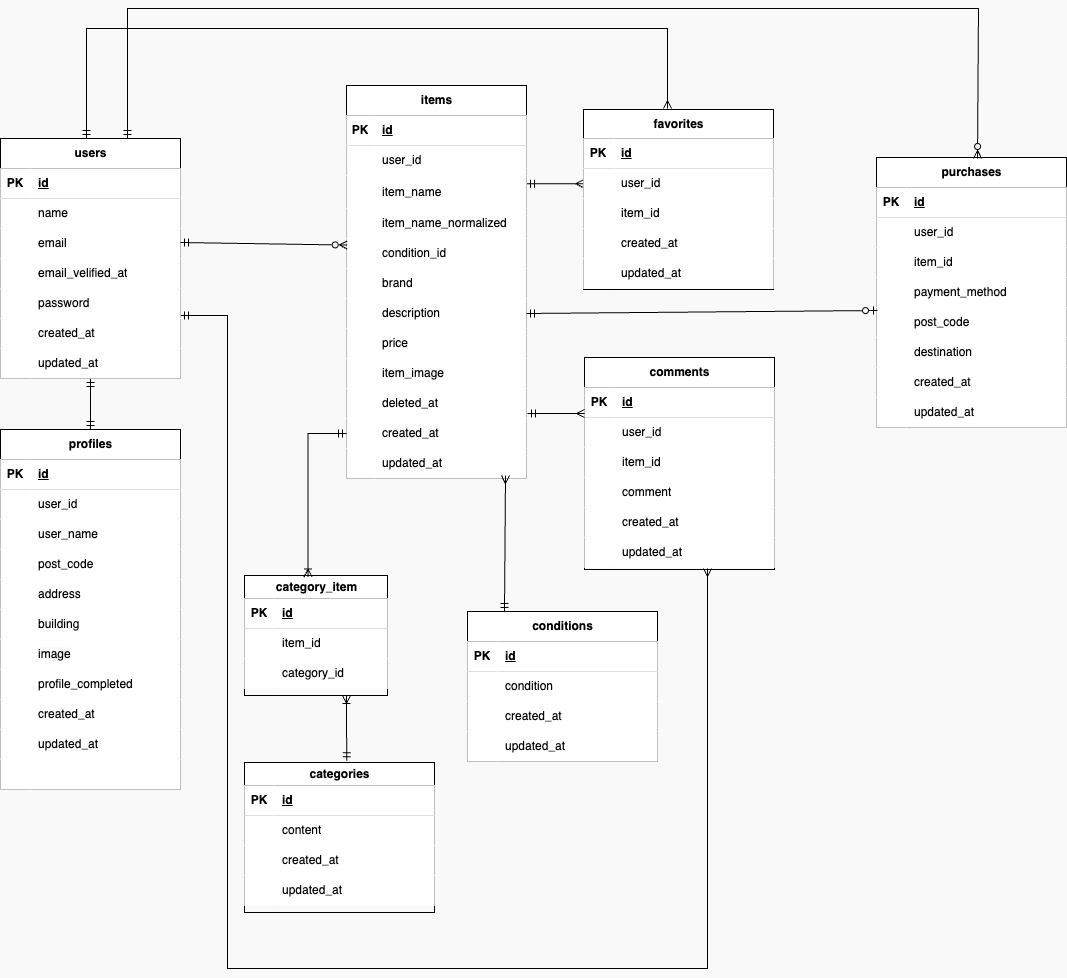
The draw.io diagram index.png in okumurachie/Flea-market, before a commit. Source tidied: cells renumbered, new cells last; positions are measured from the earlier drawing's top-left corner, leaving out a move shared by most shapes.
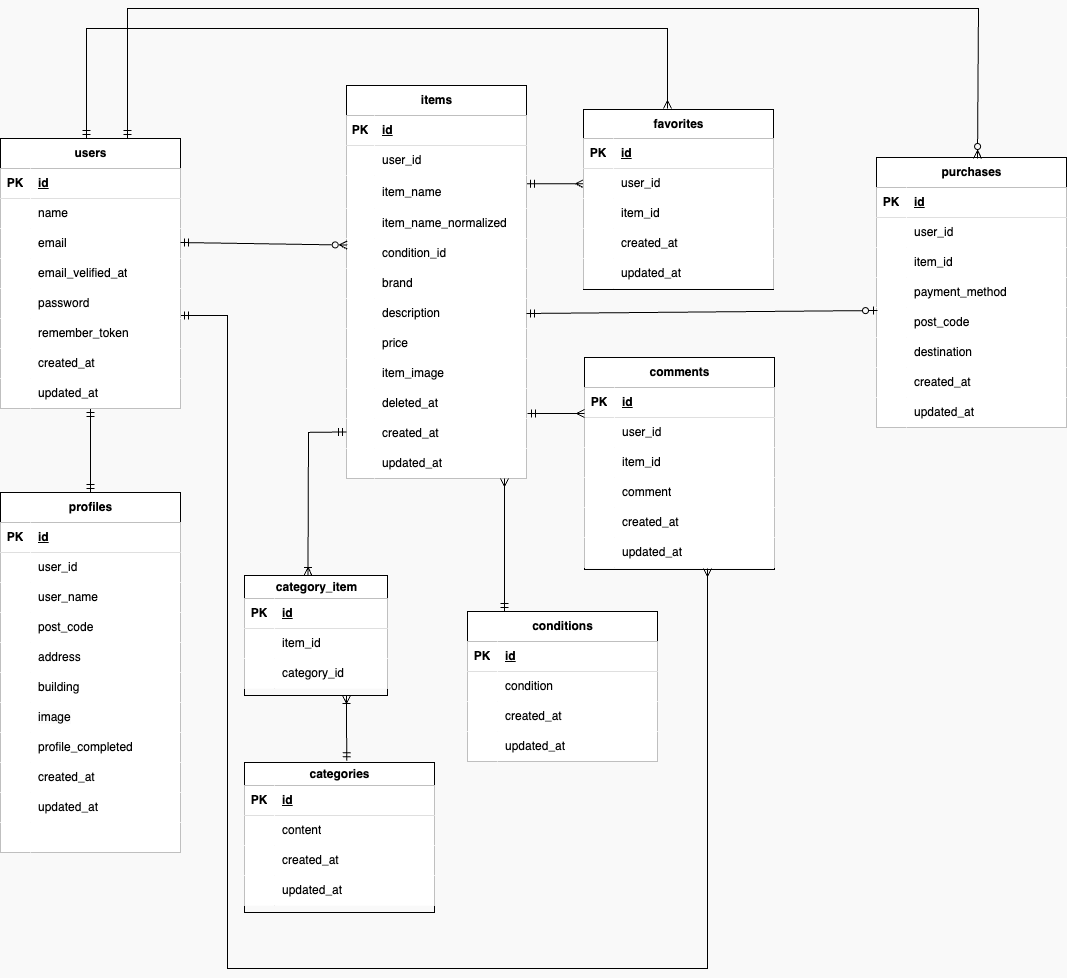
The same diagram one commit later.

Change to the diagram source:
```diff
@@ -17,7 +17,7 @@
       </mxGeometry>
     </mxCell>
     <mxCell id="4" value="users" style="shape=table;startSize=30;rowLines=0;fontStyle=1;align=center;html=1;" parent="1" vertex="1">
-      <mxGeometry y="130" width="180" height="240" as="geometry" />
+      <mxGeometry y="130" width="180" height="270" as="geometry" />
     </mxCell>
     <mxCell id="5" style="shape=tableRow;horizontal=0;startSize=0;swimlaneHead=0;swimlaneBody=0;fillColor=#FFFFFF;top=0;left=0;right=0;bottom=1;" parent="4" vertex="1">
       <mxGeometry y="30" width="180" height="30" as="geometry" />
@@ -64,8 +64,17 @@
     <mxCell id="19" value="password" style="shape=partialRectangle;fillColor=#FFFFFF;top=0;left=0;bottom=0;right=0;align=left;spacingLeft=6;overflow=hidden;whiteSpace=wrap;html=1;" parent="17" vertex="1">
       <mxGeometry x="30" width="150" height="30" as="geometry" />
     </mxCell>
+    <mxCell id="202" style="shape=tableRow;horizontal=0;startSize=0;swimlaneHead=0;swimlaneBody=0;fillColor=#FFFFFF;top=0;left=0;right=0;bottom=0;" parent="4" vertex="1">
+      <mxGeometry y="180" width="180" height="30" as="geometry" />
+    </mxCell>
+    <mxCell id="203" style="shape=partialRectangle;fillColor=#FFFFFF;top=0;left=0;bottom=0;right=0;overflow=hidden;whiteSpace=wrap;html=1;" parent="202" vertex="1">
+      <mxGeometry width="30" height="30" as="geometry" />
+    </mxCell>
+    <mxCell id="204" value="remember_token" style="shape=partialRectangle;fillColor=#FFFFFF;top=0;left=0;bottom=0;right=0;align=left;spacingLeft=6;overflow=hidden;whiteSpace=wrap;html=1;" parent="202" vertex="1">
+      <mxGeometry x="30" width="150" height="30" as="geometry" />
+    </mxCell>
     <mxCell id="20" style="shape=tableRow;horizontal=0;startSize=0;swimlaneHead=0;swimlaneBody=0;fillColor=#FFFFFF;top=0;left=0;right=0;bottom=0;" parent="4" vertex="1">
-      <mxGeometry y="180" width="180" height="30" as="geometry" />
+      <mxGeometry y="210" width="180" height="30" as="geometry" />
     </mxCell>
     <mxCell id="21" style="shape=partialRectangle;fillColor=#FFFFFF;top=0;left=0;bottom=0;right=0;overflow=hidden;whiteSpace=wrap;html=1;" parent="20" vertex="1">
       <mxGeometry width="30" height="30" as="geometry" />
@@ -74,7 +83,7 @@
       <mxGeometry x="30" width="150" height="30" as="geometry" />
     </mxCell>
     <mxCell id="23" style="shape=tableRow;horizontal=0;startSize=0;swimlaneHead=0;swimlaneBody=0;fillColor=#FFFFFF;top=0;left=0;right=0;bottom=0;" parent="4" vertex="1">
-      <mxGeometry y="210" width="180" height="30" as="geometry" />
+      <mxGeometry y="240" width="180" height="30" as="geometry" />
     </mxCell>
     <mxCell id="24" style="shape=partialRectangle;fillColor=#FFFFFF;top=0;left=0;bottom=0;right=0;overflow=hidden;whiteSpace=wrap;html=1;" parent="23" vertex="1">
       <mxGeometry width="30" height="30" as="geometry" />
@@ -465,7 +474,7 @@
       <mxGeometry x="30" width="160" height="30" as="geometry" />
     </mxCell>
     <mxCell id="151" value="&lt;span style=&quot;color: rgb(0, 0, 0);&quot;&gt;profiles&lt;/span&gt;" style="shape=table;startSize=30;rowLines=0;fontStyle=1;align=center;html=1;" parent="1" vertex="1">
-      <mxGeometry y="421" width="180" height="360" as="geometry" />
+      <mxGeometry y="484" width="180" height="360" as="geometry" />
     </mxCell>
     <mxCell id="152" style="shape=tableRow;horizontal=0;startSize=0;swimlaneHead=0;swimlaneBody=0;fillColor=#FFFFFF;top=0;left=0;right=0;bottom=1;" parent="151" vertex="1">
       <mxGeometry y="30" width="180" height="30" as="geometry" />
@@ -579,7 +588,7 @@
     </mxCell>
     <mxCell id="187" style="edgeStyle=none;html=1;startArrow=ERmany;startFill=0;endArrow=ERmandOne;endFill=0;entryX=0.801;entryY=0.009;entryDx=0;entryDy=0;entryPerimeter=0;" parent="1" edge="1">
       <mxGeometry relative="1" as="geometry">
-        <mxPoint x="505" y="467" as="sourcePoint" />
+        <mxPoint x="504" y="470" as="sourcePoint" />
         <mxPoint x="504" y="603" as="targetPoint" />
       </mxGeometry>
     </mxCell>
@@ -634,8 +643,11 @@
     <mxCell id="200" value="category_id" style="shape=partialRectangle;fillColor=#FFFFFF;top=0;left=0;bottom=0;right=0;align=left;spacingLeft=6;overflow=hidden;whiteSpace=wrap;html=1;" parent="198" vertex="1">
       <mxGeometry x="30" width="113" height="30" as="geometry" />
     </mxCell>
-    <mxCell id="201" style="edgeStyle=orthogonalEdgeStyle;html=1;exitX=0;exitY=0.5;exitDx=0;exitDy=0;entryX=0.444;entryY=0.013;entryDx=0;entryDy=0;entryPerimeter=0;rounded=0;curved=0;endArrow=ERoneToMany;endFill=0;startArrow=ERmandOne;startFill=0;" parent="1" edge="1" source="58" target="191">
-      <mxGeometry relative="1" as="geometry" />
+    <mxCell id="201" style="edgeStyle=orthogonalEdgeStyle;html=1;exitX=0;exitY=0.5;exitDx=0;exitDy=0;entryX=0.444;entryY=0.013;entryDx=0;entryDy=0;entryPerimeter=0;rounded=0;curved=0;endArrow=ERoneToMany;endFill=0;startArrow=ERmandOne;startFill=0;" parent="1" edge="1">
+      <mxGeometry relative="1" as="geometry">
+        <mxPoint x="346" y="423.4" as="sourcePoint" />
+        <mxPoint x="307.5" y="567" as="targetPoint" />
+      </mxGeometry>
     </mxCell>
   </root>
 </mxGraphModel>
```
